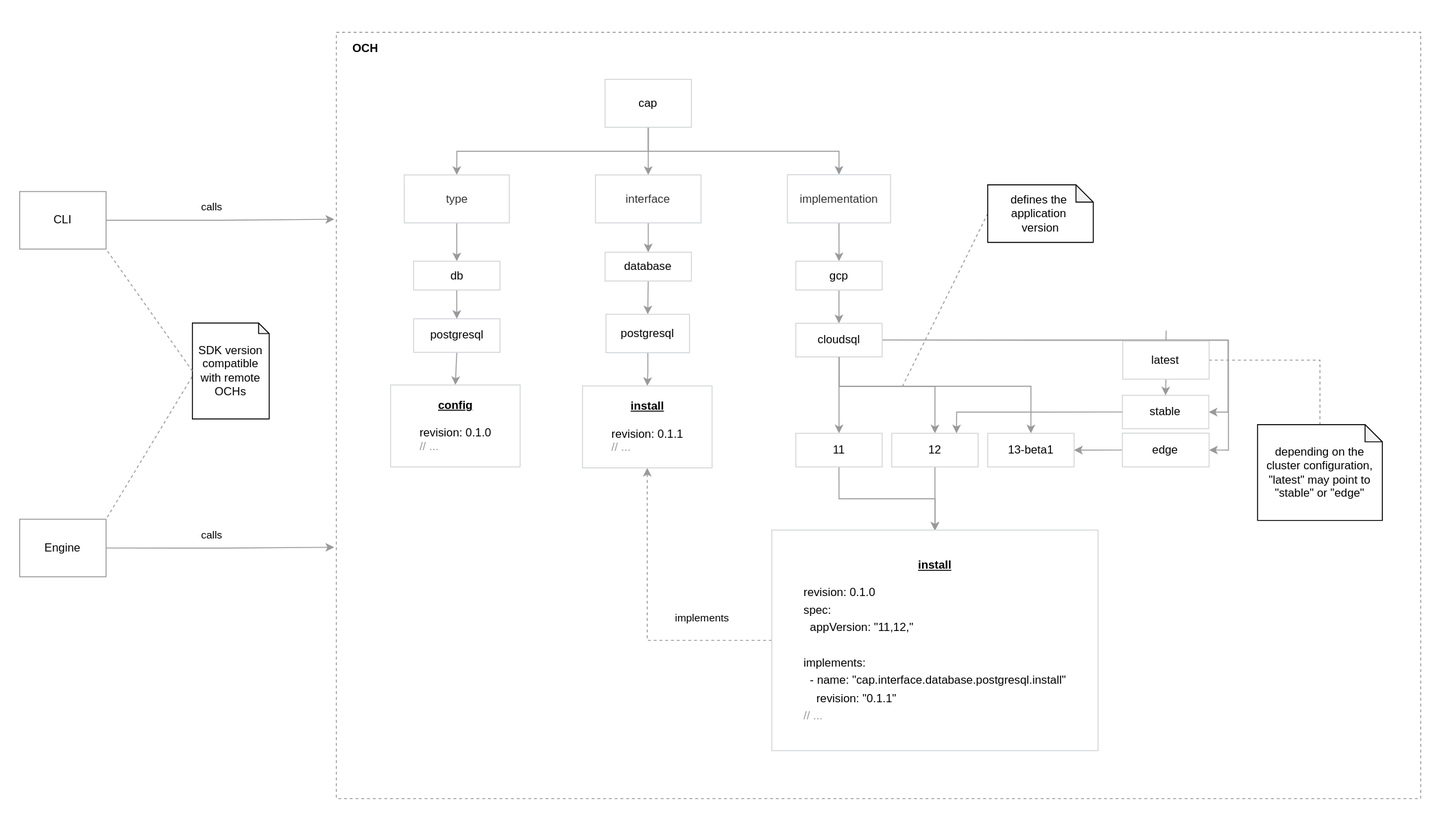
Above: docs/assets/versioning.svg in capactio/capact (draw.io), before the change. Source tidied: cells renumbered, new cells last; positions are measured from the earlier drawing's top-left corner, leaving out a move shared by most shapes.
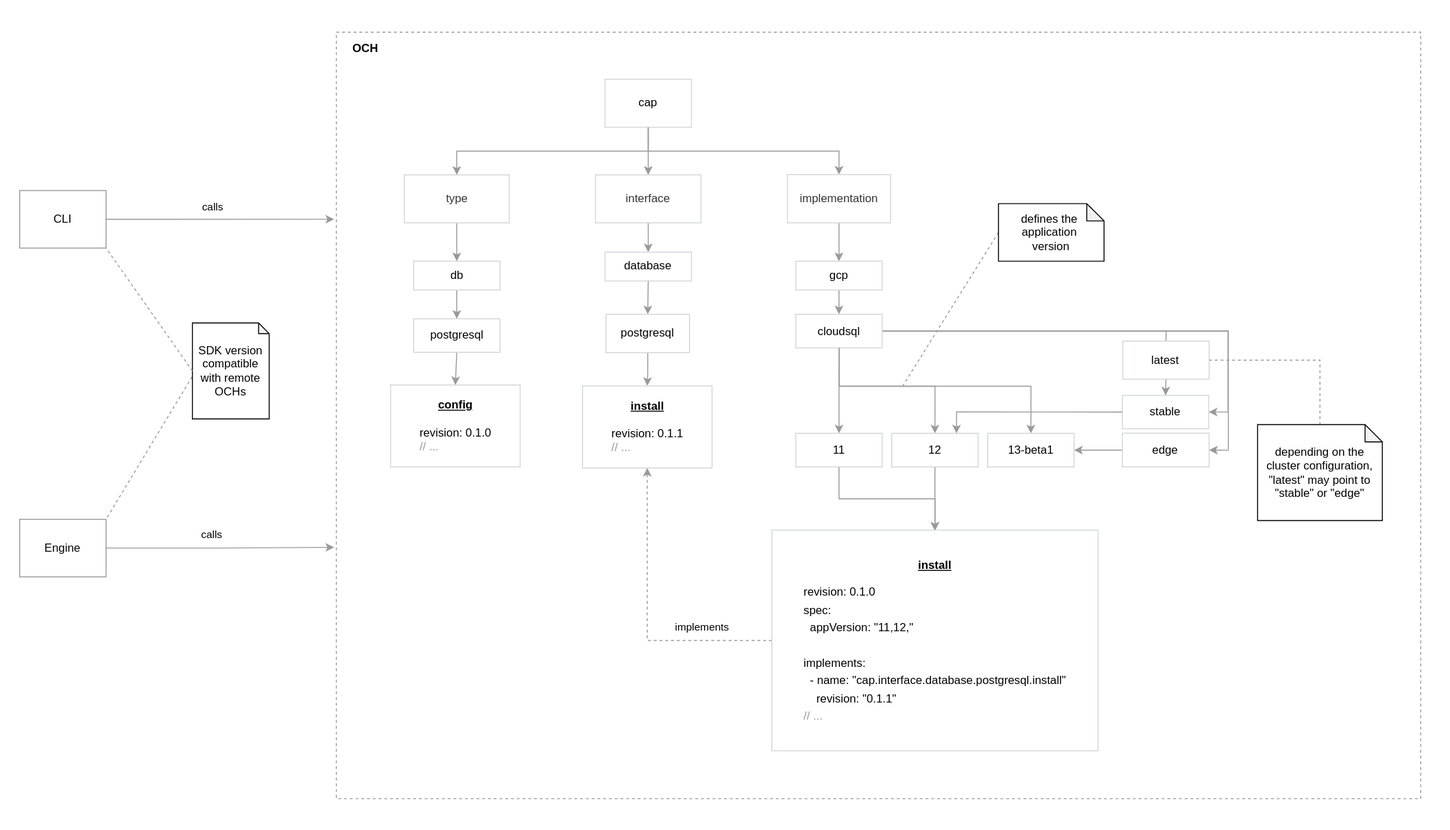
Later version of the same file.

What changed in the source:
```diff
@@ -52,7 +52,7 @@
     </mxCell>
     <mxCell id="13" value="implements" style="edgeLabel;html=1;align=center;verticalAlign=middle;" parent="12" vertex="1">
       <mxGeometry x="0.71" y="1" relative="1" as="geometry">
-        <mxPoint x="57" y="110.2" as="offset" />
+        <mxPoint x="57" y="120.8" as="offset" />
       </mxGeometry>
     </mxCell>
     <mxCell id="14" style="edgeStyle=orthogonalEdgeStyle;rounded=0;jettySize=auto;html=1;exitX=0.5;exitY=1;exitDx=0;exitDy=0;entryX=0.5;entryY=0;entryDx=0;entryDy=0;strokeColor=#999999;" parent="1" edge="1" source="15" target="18">
@@ -70,17 +70,17 @@
     <mxCell id="18" value="&lt;div&gt;&lt;b&gt;&lt;u&gt;config&lt;/u&gt;&lt;/b&gt;&lt;/div&gt;&lt;font&gt;&lt;div&gt;&lt;br&gt;&lt;/div&gt;&lt;div style=&quot;text-align: left&quot;&gt;&lt;span&gt;revision: 0.1.0&lt;/span&gt;&lt;/div&gt;&lt;span style=&quot;font-size: 12px ; color: rgb(153 , 153 , 153)&quot;&gt;&lt;div style=&quot;text-align: left&quot;&gt;&lt;span&gt;// ...&lt;/span&gt;&lt;/div&gt;&lt;/span&gt;&lt;/font&gt;" style="rounded=0;whiteSpace=wrap;html=1;strokeColor=#D2D5D9;strokeWidth=1;fillColor=#ffffff;align=center;" parent="1" vertex="1">
       <mxGeometry x="406.5" y="400.7" width="135" height="85.4" as="geometry" />
     </mxCell>
-    <mxCell id="19" style="edgeStyle=orthogonalEdgeStyle;rounded=0;jettySize=auto;html=1;exitX=0.5;exitY=1;exitDx=0;exitDy=0;endArrow=classic;endFill=1;strokeColor=#999999;" parent="1" edge="1" target="x">
+    <mxCell id="19" style="edgeStyle=orthogonalEdgeStyle;rounded=0;orthogonalLoop=1;jettySize=auto;html=1;exitX=0.5;exitY=1;exitDx=0;exitDy=0;endArrow=classic;endFill=1;strokeColor=#999999;" parent="1" edge="1">
       <mxGeometry relative="1" as="geometry">
         <mxPoint x="265" y="182.7" as="sourcePoint" />
       </mxGeometry>
     </mxCell>
-    <mxCell id="20" style="edgeStyle=orthogonalEdgeStyle;rounded=0;jettySize=auto;html=1;exitX=0.5;exitY=1;exitDx=0;exitDy=0;strokeColor=#999999;" parent="1" edge="1" target="x">
+    <mxCell id="20" style="edgeStyle=orthogonalEdgeStyle;rounded=0;orthogonalLoop=1;jettySize=auto;html=1;exitX=0.5;exitY=1;exitDx=0;exitDy=0;strokeColor=#999999;" parent="1" edge="1">
       <mxGeometry relative="1" as="geometry">
         <mxPoint x="1695" y="315.5" as="sourcePoint" />
       </mxGeometry>
     </mxCell>
-    <mxCell id="21" style="edgeStyle=orthogonalEdgeStyle;rounded=0;jettySize=auto;html=1;exitX=0.5;exitY=1;exitDx=0;exitDy=0;entryX=0.5;entryY=0;entryDx=0;entryDy=0;strokeColor=#999999;" parent="1" edge="1" target="x">
+    <mxCell id="21" style="edgeStyle=orthogonalEdgeStyle;rounded=0;orthogonalLoop=1;jettySize=auto;html=1;exitX=0.5;exitY=1;exitDx=0;exitDy=0;entryX=0.5;entryY=0;entryDx=0;entryDy=0;strokeColor=#999999;" parent="1" edge="1">
       <mxGeometry relative="1" as="geometry">
         <mxPoint x="1695" y="233" as="sourcePoint" />
       </mxGeometry>
@@ -108,7 +108,7 @@
       <mxGeometry relative="1" as="geometry" />
     </mxCell>
     <mxCell id="26" value="cloudsql" style="rounded=0;whiteSpace=wrap;html=1;strokeColor=#D2D5D9;strokeWidth=1;fillColor=#ffffff;" parent="1" vertex="1">
-      <mxGeometry x="828.8" y="336.4" width="90" height="35" as="geometry" />
+      <mxGeometry x="828.8" y="327" width="90" height="35" as="geometry" />
     </mxCell>
     <mxCell id="27" style="edgeStyle=orthogonalEdgeStyle;rounded=0;jettySize=auto;html=1;exitX=0.5;exitY=1;exitDx=0;exitDy=0;entryX=0.5;entryY=0;entryDx=0;entryDy=0;strokeColor=#999999;" parent="1" edge="1" source="28" target="26">
       <mxGeometry relative="1" as="geometry" />
@@ -135,7 +135,7 @@
     <mxCell id="33" value="12" style="rounded=0;whiteSpace=wrap;html=1;strokeColor=#D2D5D9;strokeWidth=1;fillColor=#ffffff;" parent="1" vertex="1">
       <mxGeometry x="928.8" y="451.1" width="90" height="35" as="geometry" />
     </mxCell>
-    <mxCell id="34" style="edgeStyle=orthogonalEdgeStyle;rounded=0;jettySize=auto;html=1;exitX=0.5;exitY=1;exitDx=0;exitDy=0;endArrow=classic;endFill=1;strokeColor=#999999;" parent="1" edge="1" target="x">
+    <mxCell id="34" style="edgeStyle=orthogonalEdgeStyle;rounded=0;orthogonalLoop=1;jettySize=auto;html=1;exitX=0.5;exitY=1;exitDx=0;exitDy=0;endArrow=classic;endFill=1;strokeColor=#999999;" parent="1" edge="1">
       <mxGeometry relative="1" as="geometry">
         <mxPoint x="1695" y="398.3" as="sourcePoint" />
       </mxGeometry>
@@ -146,7 +146,7 @@
       </mxGeometry>
     </mxCell>
     <mxCell id="36" value="defines the&amp;nbsp;&lt;br&gt;application&amp;nbsp;&lt;br&gt;version" style="shape=note;whiteSpace=wrap;html=1;backgroundOutline=1;darkOpacity=0.05;size=18;" parent="1" vertex="1">
-      <mxGeometry x="1028.8" y="192" width="110" height="60" as="geometry" />
+      <mxGeometry x="1040" y="211.7" width="110" height="60" as="geometry" />
     </mxCell>
     <mxCell id="37" style="edgeStyle=orthogonalEdgeStyle;rounded=0;jettySize=auto;html=1;exitX=0.5;exitY=1;exitDx=0;exitDy=0;entryX=0.5;entryY=0;entryDx=0;entryDy=0;strokeColor=#999999;" parent="1" edge="1" source="38" target="40">
       <mxGeometry relative="1" as="geometry">
@@ -254,7 +254,7 @@
       </mxGeometry>
     </mxCell>
     <mxCell id="65" value="CLI" style="rounded=0;whiteSpace=wrap;html=1;strokeColor=#999999;" parent="1" vertex="1">
-      <mxGeometry x="20" y="199" width="90" height="60" as="geometry" />
+      <mxGeometry x="20" y="198" width="90" height="60" as="geometry" />
     </mxCell>
     <mxCell id="66" value="&lt;div&gt;&lt;u&gt;&lt;font style=&quot;font-size: 12px&quot;&gt;&lt;b&gt;install&lt;/b&gt;&lt;/font&gt;&lt;/u&gt;&lt;/div&gt;&lt;font style=&quot;font-size: 12px&quot;&gt;&lt;br&gt;&lt;div style=&quot;text-align: left&quot;&gt;revision: 0.1.0&lt;/div&gt;&lt;div style=&quot;text-align: left&quot;&gt;&lt;p style=&quot;font-family: &amp;#34;helvetica&amp;#34; ; margin: 4px 0px 0px&quot;&gt;spec:&lt;/p&gt;&lt;p style=&quot;font-family: &amp;#34;helvetica&amp;#34; ; margin: 4px 0px 0px&quot;&gt;&amp;nbsp; appVersion: &quot;11,12,&quot;&lt;/p&gt;&lt;p style=&quot;font-family: &amp;#34;helvetica&amp;#34; ; margin: 4px 0px 0px&quot;&gt;&lt;br&gt;&lt;/p&gt;&lt;p style=&quot;font-family: &amp;#34;helvetica&amp;#34; ; margin: 4px 0px 0px&quot;&gt;implements:&lt;/p&gt;&lt;p style=&quot;font-family: &amp;#34;helvetica&amp;#34; ; margin: 4px 0px 0px&quot;&gt;&amp;nbsp; - name: &quot;cap.interface.database.postgresql.install&quot;&lt;/p&gt;&lt;p style=&quot;font-family: &amp;#34;helvetica&amp;#34; ; margin: 4px 0px 0px&quot;&gt;&amp;nbsp; &amp;nbsp; revision: &quot;0.1.1&quot;&lt;/p&gt;&lt;p style=&quot;font-family: &amp;#34;helvetica&amp;#34; ; margin: 4px 0px 0px&quot;&gt;&lt;span style=&quot;color: rgb(153 , 153 , 153)&quot;&gt;// ...&lt;/span&gt;&lt;/p&gt;&lt;/div&gt;&lt;/font&gt;" style="rounded=0;whiteSpace=wrap;html=1;strokeColor=#D2D5D9;strokeWidth=1;fillColor=#ffffff;align=center;" parent="1" vertex="1">
       <mxGeometry x="803.8" y="552" width="340" height="230" as="geometry" />
```
